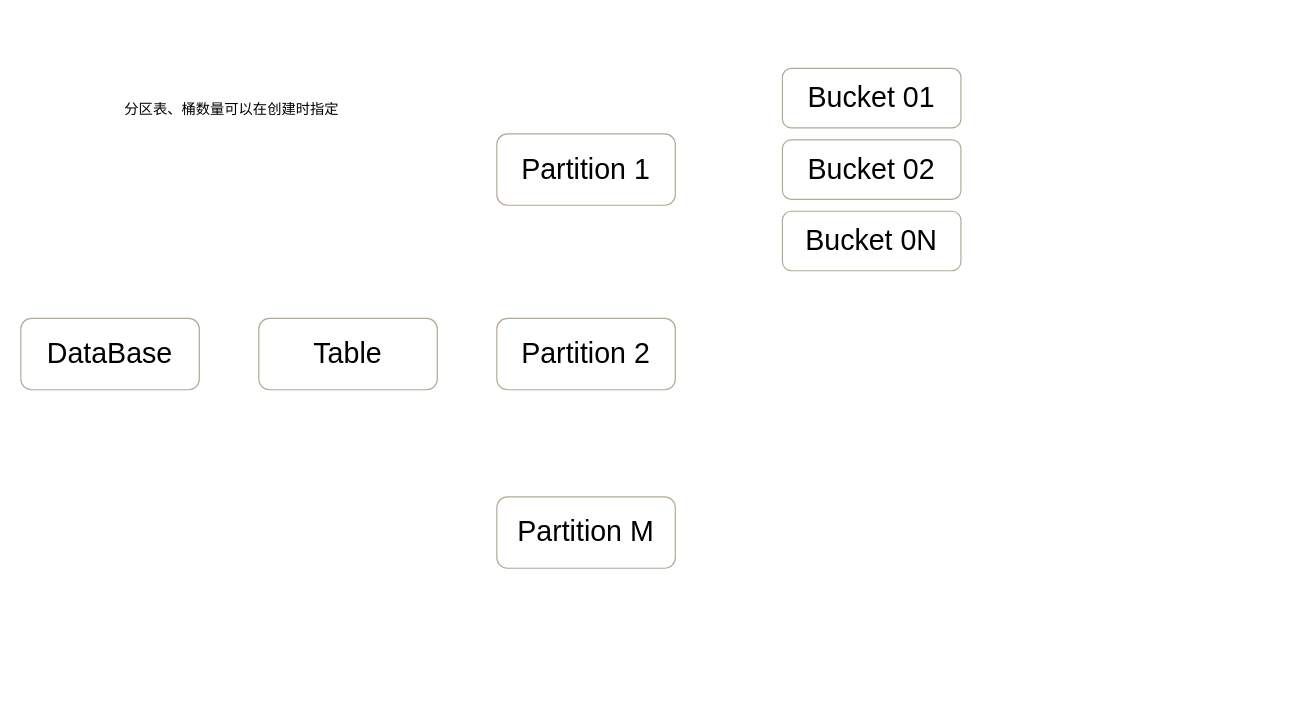
gohalo/mind keeps this draw.io diagram as page "逻辑划分" (1 of 2) of database/Doris/Storage.drawio. Above is the earlier version. Source tidied: cells renumbered, new cells numbered last; positions are measured from the earlier drawing's top-left corner, leaving out a move shared by most shapes. Both pictures are drawn from the tidied source at 119%, with x=0, y=0 at pixel (20, 68).
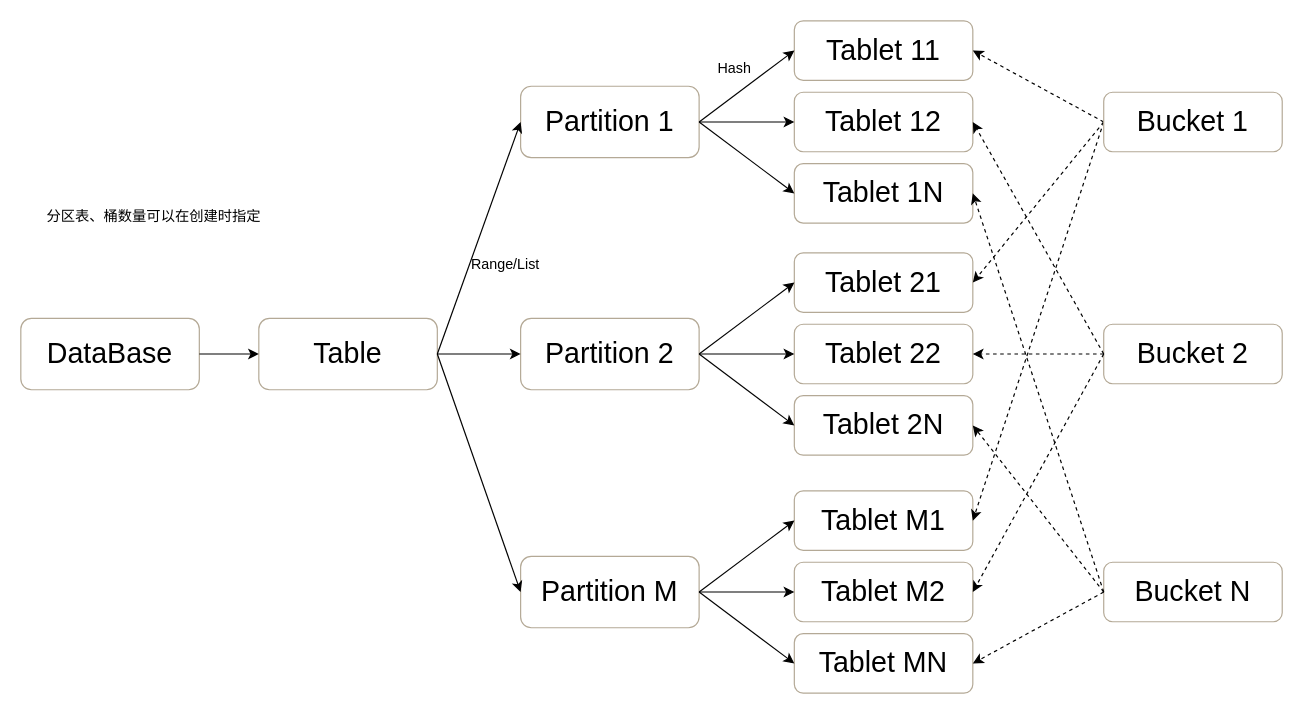
After the change.

Unchanged cells that the change refers to:
```xml
<mxCell id="2" value="&lt;font style=&quot;font-size: 24px;&quot;&gt;DataBase&lt;/font&gt;" style="rounded=1;whiteSpace=wrap;html=1;strokeColor=#b4a996;" parent="1" vertex="1">
  <mxGeometry y="210" width="150" height="60" as="geometry" />
</mxCell>
<mxCell id="9" value="&lt;font style=&quot;font-size: 24px;&quot;&gt;Table&lt;/font&gt;" style="rounded=1;whiteSpace=wrap;html=1;strokeColor=#b4a996;" parent="1" vertex="1">
  <mxGeometry x="200" y="210" width="150" height="60" as="geometry" />
</mxCell>
```

Change to the diagram source:
```diff
@@
     <mxCell id="3" value="&lt;font style=&quot;font-size: 24px;&quot;&gt;Partition 2&lt;/font&gt;" style="rounded=1;whiteSpace=wrap;html=1;strokeColor=#b4a996;" parent="1" vertex="1">
-      <mxGeometry x="400" y="210" width="150" height="60" as="geometry" />
+      <mxGeometry x="420" y="210" width="150" height="60" as="geometry" />
     </mxCell>
-    <mxCell id="4" value="&lt;font style=&quot;font-size: 24px;&quot;&gt;Bucket 0N&lt;/font&gt;" style="rounded=1;whiteSpace=wrap;html=1;strokeColor=#b4a996;" parent="1" vertex="1">
-      <mxGeometry x="640" y="120" width="150" height="50" as="geometry" />
+    <mxCell id="4" value="&lt;font style=&quot;font-size: 24px;&quot;&gt;Tablet&amp;nbsp;1N&lt;/font&gt;" style="rounded=1;whiteSpace=wrap;html=1;strokeColor=#b4a996;" parent="1" vertex="1">
+      <mxGeometry x="650" y="80" width="150" height="50" as="geometry" />
     </mxCell>
     <mxCell id="5" value="&lt;font style=&quot;font-size: 24px;&quot;&gt;Partition M&lt;/font&gt;" style="rounded=1;whiteSpace=wrap;html=1;strokeColor=#b4a996;" parent="1" vertex="1">
-      <mxGeometry x="400" y="360" width="150" height="60" as="geometry" />
+      <mxGeometry x="420" y="410" width="150" height="60" as="geometry" />
     </mxCell>
     <mxCell id="6" value="&lt;font style=&quot;font-size: 24px;&quot;&gt;Partition 1&lt;/font&gt;" style="rounded=1;whiteSpace=wrap;html=1;strokeColor=#b4a996;" parent="1" vertex="1">
-      <mxGeometry x="400" y="55" width="150" height="60" as="geometry" />
+      <mxGeometry x="420" y="15" width="150" height="60" as="geometry" />
     </mxCell>
-    <mxCell id="7" value="&lt;font style=&quot;font-size: 24px;&quot;&gt;Bucket 02&lt;/font&gt;" style="rounded=1;whiteSpace=wrap;html=1;strokeColor=#b4a996;" parent="1" vertex="1">
-      <mxGeometry x="640" y="60" width="150" height="50" as="geometry" />
+    <mxCell id="7" value="&lt;font style=&quot;font-size: 24px;&quot;&gt;Tablet&amp;nbsp;12&lt;/font&gt;" style="rounded=1;whiteSpace=wrap;html=1;strokeColor=#b4a996;" parent="1" vertex="1">
+      <mxGeometry x="650" y="20" width="150" height="50" as="geometry" />
     </mxCell>
-    <mxCell id="8" value="&lt;font style=&quot;font-size: 24px;&quot;&gt;Bucket 01&lt;/font&gt;" style="rounded=1;whiteSpace=wrap;html=1;strokeColor=#b4a996;" parent="1" vertex="1">
-      <mxGeometry x="640" width="150" height="50" as="geometry" />
+    <mxCell id="8" value="&lt;font style=&quot;font-size: 24px;&quot;&gt;Tablet 11&lt;/font&gt;" style="rounded=1;whiteSpace=wrap;html=1;strokeColor=#b4a996;" parent="1" vertex="1">
+      <mxGeometry x="650" y="-40" width="150" height="50" as="geometry" />
     </mxCell>
@@
-    <mxCell id="10" value="分区表、桶数量可以在创建时指定" style="text;html=1;strokeColor=none;fillColor=none;align=center;verticalAlign=middle;whiteSpace=wrap;rounded=0;" parent="1" vertex="1">
-      <mxGeometry x="45" width="265" height="70" as="geometry" />
+    <mxCell id="10" value="分区表、桶数量可以在创建时指定" style="text;html=1;strokeColor=none;fillColor=none;align=left;verticalAlign=middle;whiteSpace=wrap;rounded=0;" parent="1" vertex="1">
+      <mxGeometry x="20" y="110" width="220" height="30" as="geometry" />
     </mxCell>
+    <mxCell id="11" style="endArrow=classic;html=1;rounded=0;exitX=1;exitY=0.5;exitDx=0;exitDy=0;entryX=0;entryY=0.5;entryDx=0;entryDy=0;" parent="1" edge="1" source="9" target="6">
+      <mxGeometry relative="1" as="geometry" />
+    </mxCell>
+    <mxCell id="12" style="endArrow=classic;html=1;rounded=0;exitX=1;exitY=0.5;exitDx=0;exitDy=0;entryX=0;entryY=0.5;entryDx=0;entryDy=0;" parent="1" edge="1" source="9" target="3">
+      <mxGeometry relative="1" as="geometry" />
+    </mxCell>
+    <mxCell id="13" style="endArrow=classic;html=1;rounded=0;exitX=1;exitY=0.5;exitDx=0;exitDy=0;entryX=0;entryY=0.5;entryDx=0;entryDy=0;" parent="1" edge="1" source="9" target="5">
+      <mxGeometry relative="1" as="geometry" />
+    </mxCell>
+    <mxCell id="14" value="Range/List" style="text;html=1;strokeColor=none;fillColor=none;align=center;verticalAlign=middle;whiteSpace=wrap;rounded=0;" parent="1" vertex="1">
+      <mxGeometry x="370" y="150" width="75" height="30" as="geometry" />
+    </mxCell>
+    <mxCell id="15" style="endArrow=classic;html=1;rounded=0;exitX=1;exitY=0.5;exitDx=0;exitDy=0;entryX=0;entryY=0.5;entryDx=0;entryDy=0;" parent="1" edge="1" source="2" target="9">
+      <mxGeometry relative="1" as="geometry" />
+    </mxCell>
+    <mxCell id="16" style="endArrow=classic;html=1;rounded=0;entryX=0;entryY=0.5;entryDx=0;entryDy=0;exitX=1;exitY=0.5;exitDx=0;exitDy=0;" parent="1" edge="1" source="6" target="8">
+      <mxGeometry relative="1" as="geometry" />
+    </mxCell>
+    <mxCell id="17" style="endArrow=classic;html=1;rounded=0;entryX=0;entryY=0.5;entryDx=0;entryDy=0;exitX=1;exitY=0.5;exitDx=0;exitDy=0;" parent="1" edge="1" source="6" target="4">
+      <mxGeometry relative="1" as="geometry" />
+    </mxCell>
+    <mxCell id="18" style="endArrow=classic;html=1;rounded=0;entryX=0;entryY=0.5;entryDx=0;entryDy=0;exitX=1;exitY=0.5;exitDx=0;exitDy=0;" parent="1" edge="1" source="6" target="7">
+      <mxGeometry relative="1" as="geometry" />
+    </mxCell>
+    <mxCell id="19" value="Hash" style="text;html=1;strokeColor=none;fillColor=none;align=center;verticalAlign=middle;whiteSpace=wrap;rounded=0;" parent="1" vertex="1">
+      <mxGeometry x="570" y="-15" width="60" height="30" as="geometry" />
+    </mxCell>
+    <mxCell id="20" value="&lt;font style=&quot;font-size: 24px;&quot;&gt;Tablet&amp;nbsp;2N&lt;/font&gt;" style="rounded=1;whiteSpace=wrap;html=1;strokeColor=#b4a996;" parent="1" vertex="1">
+      <mxGeometry x="650" y="275" width="150" height="50" as="geometry" />
+    </mxCell>
+    <mxCell id="21" value="&lt;font style=&quot;font-size: 24px;&quot;&gt;Tablet&amp;nbsp;22&lt;/font&gt;" style="rounded=1;whiteSpace=wrap;html=1;strokeColor=#b4a996;" parent="1" vertex="1">
+      <mxGeometry x="650" y="215" width="150" height="50" as="geometry" />
+    </mxCell>
+    <mxCell id="22" value="&lt;font style=&quot;font-size: 24px;&quot;&gt;Tablet&amp;nbsp;21&lt;/font&gt;" style="rounded=1;whiteSpace=wrap;html=1;strokeColor=#b4a996;" parent="1" vertex="1">
+      <mxGeometry x="650" y="155" width="150" height="50" as="geometry" />
+    </mxCell>
+    <mxCell id="23" style="endArrow=classic;html=1;rounded=0;entryX=0;entryY=0.5;entryDx=0;entryDy=0;exitX=1;exitY=0.5;exitDx=0;exitDy=0;" parent="1" edge="1">
+      <mxGeometry relative="1" as="geometry">
+        <mxPoint x="570" y="240" as="sourcePoint" />
+        <mxPoint x="650" y="180" as="targetPoint" />
+      </mxGeometry>
+    </mxCell>
+    <mxCell id="24" style="endArrow=classic;html=1;rounded=0;entryX=0;entryY=0.5;entryDx=0;entryDy=0;exitX=1;exitY=0.5;exitDx=0;exitDy=0;" parent="1" edge="1">
+      <mxGeometry relative="1" as="geometry">
+        <mxPoint x="570" y="240" as="sourcePoint" />
+        <mxPoint x="650" y="300" as="targetPoint" />
+      </mxGeometry>
+    </mxCell>
+    <mxCell id="25" style="endArrow=classic;html=1;rounded=0;entryX=0;entryY=0.5;entryDx=0;entryDy=0;exitX=1;exitY=0.5;exitDx=0;exitDy=0;" parent="1" edge="1">
+      <mxGeometry relative="1" as="geometry">
+        <mxPoint x="570" y="240" as="sourcePoint" />
+        <mxPoint x="650" y="240" as="targetPoint" />
+      </mxGeometry>
+    </mxCell>
+    <mxCell id="26" value="&lt;font style=&quot;font-size: 24px;&quot;&gt;Tablet&amp;nbsp;MN&lt;/font&gt;" style="rounded=1;whiteSpace=wrap;html=1;strokeColor=#b4a996;" parent="1" vertex="1">
+      <mxGeometry x="650" y="475" width="150" height="50" as="geometry" />
+    </mxCell>
+    <mxCell id="27" value="&lt;font style=&quot;font-size: 24px;&quot;&gt;Tablet&amp;nbsp;M2&lt;/font&gt;" style="rounded=1;whiteSpace=wrap;html=1;strokeColor=#b4a996;" parent="1" vertex="1">
+      <mxGeometry x="650" y="415" width="150" height="50" as="geometry" />
+    </mxCell>
+    <mxCell id="28" value="&lt;font style=&quot;font-size: 24px;&quot;&gt;Tablet&amp;nbsp;M1&lt;/font&gt;" style="rounded=1;whiteSpace=wrap;html=1;strokeColor=#b4a996;" parent="1" vertex="1">
+      <mxGeometry x="650" y="355" width="150" height="50" as="geometry" />
+    </mxCell>
+    <mxCell id="29" style="endArrow=classic;html=1;rounded=0;entryX=0;entryY=0.5;entryDx=0;entryDy=0;" parent="1" edge="1">
+      <mxGeometry relative="1" as="geometry">
+        <mxPoint x="570" y="440" as="sourcePoint" />
+        <mxPoint x="650" y="380" as="targetPoint" />
+      </mxGeometry>
+    </mxCell>
+    <mxCell id="30" style="endArrow=classic;html=1;rounded=0;entryX=0;entryY=0.5;entryDx=0;entryDy=0;exitX=1;exitY=0.5;exitDx=0;exitDy=0;" parent="1" edge="1">
+      <mxGeometry relative="1" as="geometry">
+        <mxPoint x="570" y="440" as="sourcePoint" />
+        <mxPoint x="650" y="500" as="targetPoint" />
+      </mxGeometry>
+    </mxCell>
+    <mxCell id="31" style="endArrow=classic;html=1;rounded=0;entryX=0;entryY=0.5;entryDx=0;entryDy=0;exitX=1;exitY=0.5;exitDx=0;exitDy=0;" parent="1" edge="1">
+      <mxGeometry relative="1" as="geometry">
+        <mxPoint x="570" y="440" as="sourcePoint" />
+        <mxPoint x="650" y="440" as="targetPoint" />
+      </mxGeometry>
+    </mxCell>
+    <mxCell id="32" style="endArrow=classic;html=1;rounded=0;entryX=1;entryY=0.5;entryDx=0;entryDy=0;dashed=1;exitX=0;exitY=0.5;exitDx=0;exitDy=0;" parent="1" edge="1" source="35" target="8">
+      <mxGeometry relative="1" as="geometry" />
+    </mxCell>
+    <mxCell id="33" style="endArrow=classic;html=1;rounded=0;dashed=1;entryX=1;entryY=0.5;entryDx=0;entryDy=0;exitX=0;exitY=0.5;exitDx=0;exitDy=0;" parent="1" edge="1" source="35" target="22">
+      <mxGeometry relative="1" as="geometry" />
+    </mxCell>
+    <mxCell id="34" style="endArrow=classic;html=1;rounded=0;entryX=1;entryY=0.5;entryDx=0;entryDy=0;dashed=1;exitX=0;exitY=0.5;exitDx=0;exitDy=0;" parent="1" edge="1" source="35" target="28">
+      <mxGeometry relative="1" as="geometry" />
+    </mxCell>
+    <mxCell id="35" value="&lt;font style=&quot;font-size: 24px;&quot;&gt;Bucket 1&lt;/font&gt;" style="rounded=1;whiteSpace=wrap;html=1;strokeColor=#b4a996;" parent="1" vertex="1">
+      <mxGeometry x="910" y="20" width="150" height="50" as="geometry" />
+    </mxCell>
+    <mxCell id="36" value="&lt;font style=&quot;font-size: 24px;&quot;&gt;Bucket 2&lt;/font&gt;" style="rounded=1;whiteSpace=wrap;html=1;strokeColor=#b4a996;" parent="1" vertex="1">
+      <mxGeometry x="910" y="215" width="150" height="50" as="geometry" />
+    </mxCell>
+    <mxCell id="37" value="&lt;font style=&quot;font-size: 24px;&quot;&gt;Bucket N&lt;/font&gt;" style="rounded=1;whiteSpace=wrap;html=1;strokeColor=#b4a996;" parent="1" vertex="1">
+      <mxGeometry x="910" y="415" width="150" height="50" as="geometry" />
+    </mxCell>
+    <mxCell id="38" style="endArrow=classic;html=1;rounded=0;entryX=1;entryY=0.5;entryDx=0;entryDy=0;dashed=1;exitX=0;exitY=0.5;exitDx=0;exitDy=0;" parent="1" edge="1" source="36" target="7">
+      <mxGeometry relative="1" as="geometry" />
+    </mxCell>
+    <mxCell id="39" style="endArrow=classic;html=1;rounded=0;entryX=1;entryY=0.5;entryDx=0;entryDy=0;dashed=1;exitX=0;exitY=0.5;exitDx=0;exitDy=0;" parent="1" edge="1" source="36" target="21">
+      <mxGeometry relative="1" as="geometry" />
+    </mxCell>
+    <mxCell id="40" style="endArrow=classic;html=1;rounded=0;entryX=1;entryY=0.5;entryDx=0;entryDy=0;dashed=1;exitX=0;exitY=0.5;exitDx=0;exitDy=0;" parent="1" edge="1" source="36" target="27">
+      <mxGeometry relative="1" as="geometry" />
+    </mxCell>
+    <mxCell id="41" style="endArrow=classic;html=1;rounded=0;entryX=1;entryY=0.5;entryDx=0;entryDy=0;dashed=1;exitX=0;exitY=0.5;exitDx=0;exitDy=0;" parent="1" edge="1" source="37" target="26">
+      <mxGeometry relative="1" as="geometry" />
+    </mxCell>
+    <mxCell id="42" style="endArrow=classic;html=1;rounded=0;entryX=1;entryY=0.5;entryDx=0;entryDy=0;dashed=1;exitX=0;exitY=0.5;exitDx=0;exitDy=0;" parent="1" edge="1" source="37" target="20">
+      <mxGeometry relative="1" as="geometry" />
+    </mxCell>
+    <mxCell id="43" style="endArrow=classic;html=1;rounded=0;entryX=1;entryY=0.5;entryDx=0;entryDy=0;dashed=1;exitX=0;exitY=0.5;exitDx=0;exitDy=0;" parent="1" edge="1" source="37" target="4">
+      <mxGeometry relative="1" as="geometry" />
+    </mxCell>
```
